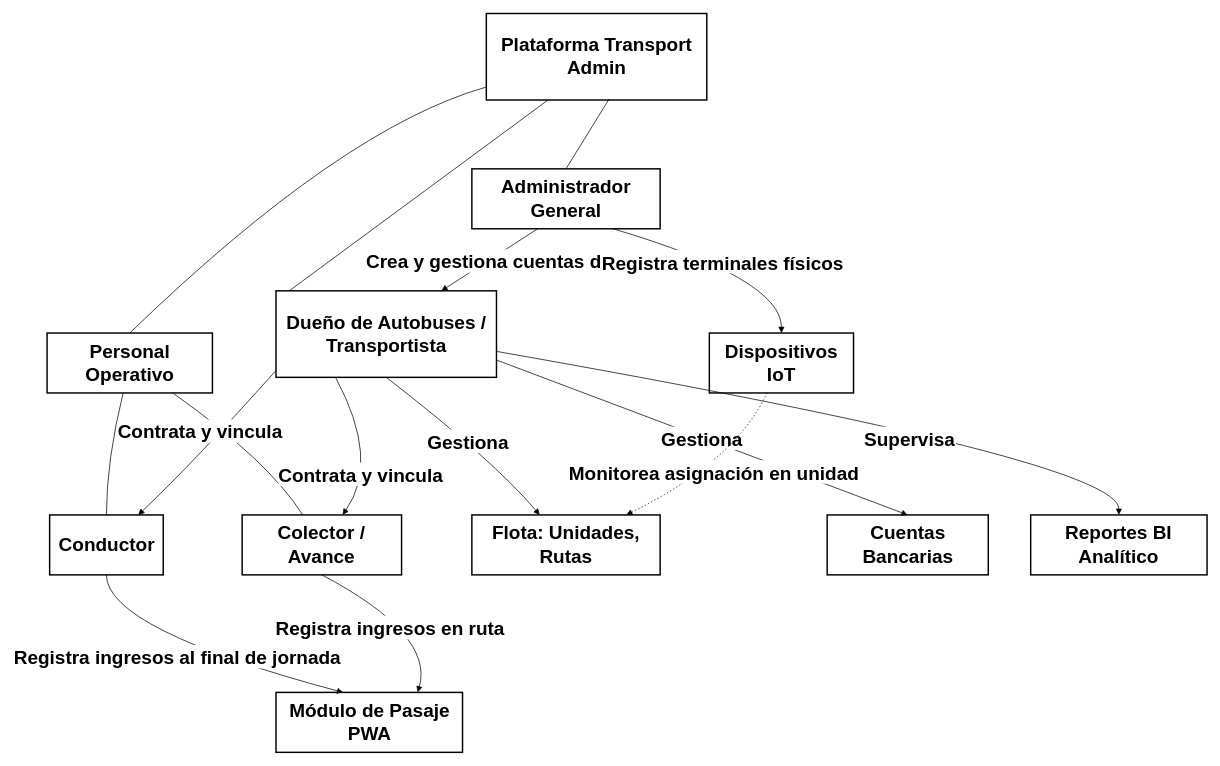
This is organigrama_usuarios.drawio from angelopol/transport-admin, a draw.io file, before an edit. Source tidied: cells renumbered, new cells numbered last; positions are measured from the earlier drawing's top-left corner, leaving out a move shared by most shapes. Both pictures are drawn from the tidied source at 73%, with x=0, y=0 at pixel (47, 13).
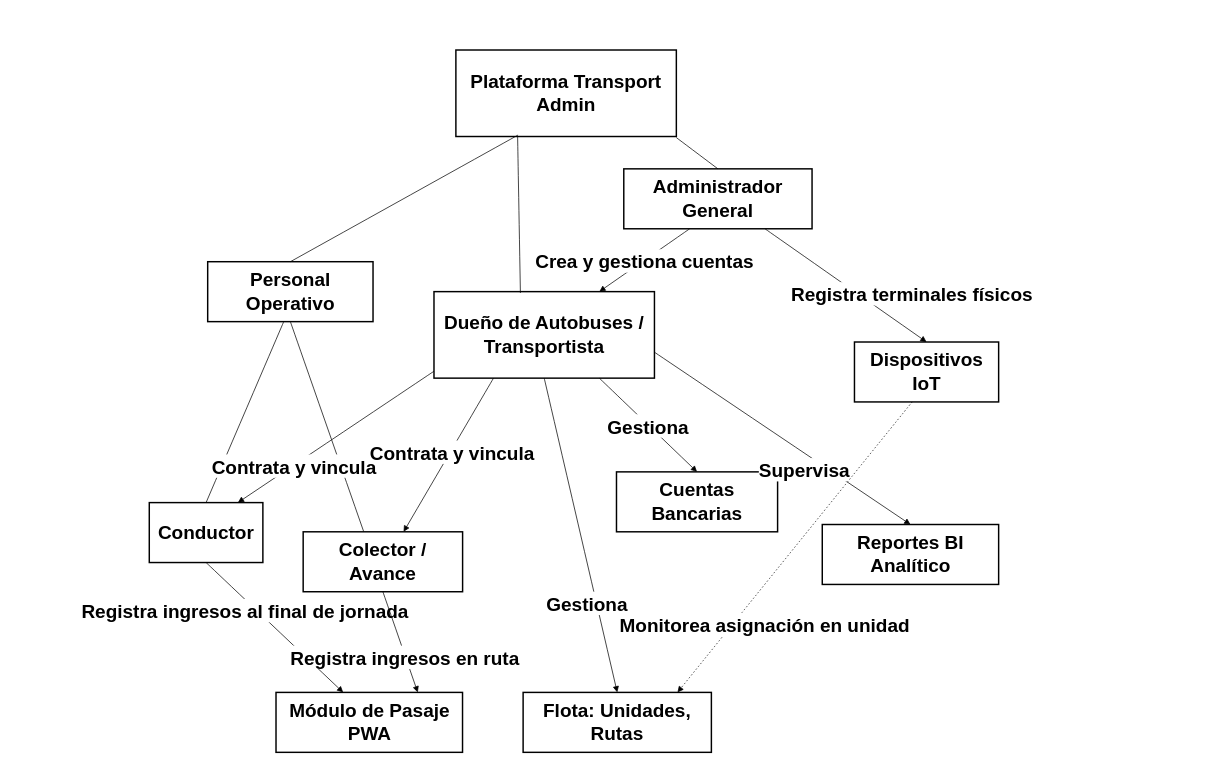
The same page after the edit.

The change refers to these unchanged cells:
```xml
<mxCell id="2" style="group;fontSize=26;fontStyle=1;" parent="1" vertex="1">
  <mxGeometry width="1589" height="1000" as="geometry" />
</mxCell>
<mxCell id="13" value="Módulo de Pasaje PWA" style="whiteSpace=wrap;strokeWidth=2;fontSize=26;fontStyle=1;" parent="2" vertex="1">
  <mxGeometry x="313.6" y="930" width="255.5" height="82.1" as="geometry" />
</mxCell>
```

Diff of the diagram source:
```diff
@@
     <mxCell id="3" value="Plataforma Transport Admin" style="whiteSpace=wrap;strokeWidth=2;fontSize=26;fontStyle=1;" parent="2" vertex="1">
-      <mxGeometry x="601.7" width="302" height="118.5" as="geometry" />
+      <mxGeometry x="560" y="50" width="302" height="118.5" as="geometry" />
     </mxCell>
     <mxCell id="4" value="Administrador General" style="whiteSpace=wrap;strokeWidth=2;fontSize=26;fontStyle=1;" parent="2" vertex="1">
-      <mxGeometry x="581.9" y="212.8" width="257.9" height="82.1" as="geometry" />
+      <mxGeometry x="790" y="212.8" width="257.9" height="82.1" as="geometry" />
     </mxCell>
     <mxCell id="5" value="Dueño de Autobuses / Transportista" style="whiteSpace=wrap;strokeWidth=2;fontSize=26;fontStyle=1;" parent="2" vertex="1">
-      <mxGeometry x="313.6" y="379.9" width="302" height="118.5" as="geometry" />
+      <mxGeometry x="530" y="381" width="302" height="118.5" as="geometry" />
     </mxCell>
     <mxCell id="6" value="Personal Operativo" style="whiteSpace=wrap;strokeWidth=2;fontSize=26;fontStyle=1;" parent="2" vertex="1">
-      <mxGeometry y="437.7" width="226.5" height="82.1" as="geometry" />
+      <mxGeometry x="220" y="340" width="226.5" height="82.1" as="geometry" />
     </mxCell>
     <mxCell id="7" value="Conductor" style="whiteSpace=wrap;strokeWidth=2;fontSize=26;fontStyle=1;" parent="2" vertex="1">
-      <mxGeometry x="3.5" y="686.9" width="155.6" height="82.1" as="geometry" />
+      <mxGeometry x="140" y="670" width="155.6" height="82.1" as="geometry" />
     </mxCell>
     <mxCell id="8" value="Colector / Avance" style="whiteSpace=wrap;strokeWidth=2;fontSize=26;fontStyle=1;" parent="2" vertex="1">
-      <mxGeometry x="267.2" y="686.9" width="218.4" height="82.1" as="geometry" />
+      <mxGeometry x="350.8" y="710" width="218.4" height="82.1" as="geometry" />
     </mxCell>
     <mxCell id="9" value="Dispositivos IoT" style="whiteSpace=wrap;strokeWidth=2;fontSize=26;fontStyle=1;" parent="2" vertex="1">
-      <mxGeometry x="907.2" y="437.7" width="197.5" height="82.1" as="geometry" />
+      <mxGeometry x="1106" y="450" width="197.5" height="82.1" as="geometry" />
     </mxCell>
     <mxCell id="10" value="Flota: Unidades, Rutas" style="whiteSpace=wrap;strokeWidth=2;fontSize=26;fontStyle=1;" parent="2" vertex="1">
-      <mxGeometry x="581.9" y="686.9" width="257.9" height="82.1" as="geometry" />
+      <mxGeometry x="652.1" y="930" width="257.9" height="82.1" as="geometry" />
     </mxCell>
     <mxCell id="11" value="Cuentas Bancarias" style="whiteSpace=wrap;strokeWidth=2;fontSize=26;fontStyle=1;" parent="2" vertex="1">
-      <mxGeometry x="1068.6" y="686.9" width="220.7" height="82.1" as="geometry" />
+      <mxGeometry x="780" y="627.9" width="220.7" height="82.1" as="geometry" />
     </mxCell>
     <mxCell id="12" value="Reportes BI Analítico" style="whiteSpace=wrap;strokeWidth=2;fontSize=26;fontStyle=1;" parent="2" vertex="1">
-      <mxGeometry x="1347.4" y="686.9" width="241.6" height="82.1" as="geometry" />
+      <mxGeometry x="1061.9" y="700" width="241.6" height="82.1" as="geometry" />
     </mxCell>
@@
-    <mxCell id="14" style="curved=1;startArrow=none;endArrow=none;exitX=0.557;exitY=0.989;entryX=0.5;entryY=0;rounded=0;exitDx=0;exitDy=0;exitPerimeter=0;fontSize=26;fontStyle=1;" parent="2" edge="1" source="3" target="4">
-      <mxGeometry relative="1" as="geometry" />
+    <mxCell id="14" style="curved=1;startArrow=none;endArrow=none;entryX=0.5;entryY=0;rounded=0;fontSize=26;fontStyle=1;" parent="2" edge="1" target="4">
+      <mxGeometry relative="1" as="geometry">
+        <mxPoint x="862" y="170" as="sourcePoint" />
+      </mxGeometry>
     </mxCell>
-    <mxCell id="15" style="curved=1;startArrow=none;endArrow=none;exitX=0.28;exitY=1;entryX=0.06;entryY=0;rounded=0;fontSize=26;fontStyle=1;" parent="2" edge="1" source="3" target="5">
+    <mxCell id="15" style="curved=1;startArrow=none;endArrow=none;exitX=0.28;exitY=1;rounded=0;fontSize=26;fontStyle=1;entryX=0.392;entryY=0.015;entryDx=0;entryDy=0;entryPerimeter=0;" parent="2" edge="1" source="3" target="5">
       <mxGeometry relative="1" as="geometry" />
     </mxCell>
-    <mxCell id="16" style="curved=1;startArrow=none;endArrow=none;exitX=0;exitY=0.85;entryX=0.5;entryY=0;rounded=0;fontSize=26;fontStyle=1;" parent="2" edge="1" source="3" target="6">
-      <mxGeometry relative="1" as="geometry">
-        <Array as="points">
-          <mxPoint x="404.2" y="156.5" />
-        </Array>
-      </mxGeometry>
+    <mxCell id="16" style="curved=1;startArrow=none;endArrow=none;exitX=0.282;exitY=0.983;entryX=0.5;entryY=0;rounded=0;fontSize=26;fontStyle=1;exitDx=0;exitDy=0;exitPerimeter=0;" parent="2" edge="1" source="3" target="6">
+      <mxGeometry relative="1" as="geometry" />
     </mxCell>
     <mxCell id="17" style="curved=1;startArrow=none;endArrow=none;exitX=0.46;exitY=1;entryX=0.5;entryY=0;rounded=0;fontSize=26;fontStyle=1;" parent="2" edge="1" source="6" target="7">
-      <mxGeometry relative="1" as="geometry">
-        <Array as="points">
-          <mxPoint x="81.3" y="612.5" />
-        </Array>
-      </mxGeometry>
+      <mxGeometry relative="1" as="geometry" />
     </mxCell>
-    <mxCell id="18" style="curved=1;startArrow=none;endArrow=none;exitX=0.76;exitY=1;entryX=0.38;entryY=0;rounded=0;fontSize=26;fontStyle=1;" parent="2" edge="1" source="6" target="8">
-      <mxGeometry relative="1" as="geometry">
-        <Array as="points">
-          <mxPoint x="303.2" y="612.5" />
-        </Array>
-      </mxGeometry>
+    <mxCell id="18" style="curved=1;startArrow=none;endArrow=none;exitX=0.5;exitY=1;entryX=0.38;entryY=0;rounded=0;fontSize=26;fontStyle=1;exitDx=0;exitDy=0;" parent="2" edge="1" source="6" target="8">
+      <mxGeometry relative="1" as="geometry" />
     </mxCell>
-    <mxCell id="19" value="Crea y gestiona cuentas de" style="curved=1;startArrow=none;endArrow=block;exitX=0.35;exitY=1;entryX=0.75;entryY=0;rounded=0;fontSize=26;fontStyle=1;" parent="2" edge="1" source="4" target="5">
+    <mxCell id="19" value="Crea y gestiona cuentas" style="curved=1;startArrow=none;endArrow=block;exitX=0.35;exitY=1;entryX=0.75;entryY=0;rounded=0;fontSize=26;fontStyle=1;" parent="2" edge="1" source="4" target="5">
       <mxGeometry relative="1" as="geometry" />
     </mxCell>
     <mxCell id="20" value="Registra terminales físicos" style="curved=1;startArrow=none;endArrow=block;exitX=0.75;exitY=1;entryX=0.5;entryY=0;rounded=0;fontSize=26;fontStyle=1;" parent="2" edge="1" source="4" target="9">
-      <mxGeometry relative="1" as="geometry">
-        <Array as="points">
-          <mxPoint x="1005.9" y="363.2" />
-        </Array>
+      <mxGeometry x="0.6" y="43" relative="1" as="geometry">
+        <mxPoint y="-1" as="offset" />
       </mxGeometry>
     </mxCell>
-    <mxCell id="21" value="Gestiona" style="curved=1;startArrow=none;endArrow=block;exitX=0.5;exitY=1;entryX=0.36;entryY=0;rounded=0;fontSize=26;fontStyle=1;" parent="2" edge="1" source="5" target="10">
-      <mxGeometry relative="1" as="geometry">
-        <Array as="points">
-          <mxPoint x="612.1" y="612.5" />
-        </Array>
+    <mxCell id="21" value="Gestiona" style="curved=1;startArrow=none;endArrow=block;exitX=0.5;exitY=1;entryX=0.5;entryY=0;rounded=0;fontSize=26;fontStyle=1;entryDx=0;entryDy=0;" parent="2" edge="1" source="5" target="10">
+      <mxGeometry x="0.41" y="-12" relative="1" as="geometry">
+        <mxPoint y="1" as="offset" />
       </mxGeometry>
     </mxCell>
-    <mxCell id="22" value="Gestiona" style="curved=1;startArrow=none;endArrow=block;exitX=1;exitY=0.8;entryX=0.5;entryY=0;rounded=0;fontSize=26;fontStyle=1;" parent="2" edge="1" source="5" target="11">
+    <mxCell id="22" value="Gestiona" style="curved=1;startArrow=none;endArrow=block;exitX=0.75;exitY=1;entryX=0.5;entryY=0;rounded=0;fontSize=26;fontStyle=1;exitDx=0;exitDy=0;" parent="2" edge="1" source="5" target="11">
       <mxGeometry relative="1" as="geometry" />
     </mxCell>
     <mxCell id="23" value="Contrata y vincula" style="curved=1;startArrow=none;endArrow=block;exitX=0;exitY=0.92;entryX=0.78;entryY=0;rounded=0;fontSize=26;fontStyle=1;" parent="2" edge="1" source="5" target="7">
-      <mxGeometry x="-0.05" y="-23" relative="1" as="geometry">
-        <Array as="points">
-          <mxPoint x="203.3" y="612.5" />
-        </Array>
-      </mxGeometry>
+      <mxGeometry x="0.43" y="1" relative="1" as="geometry" />
     </mxCell>
     <mxCell id="24" value="Contrata y vincula" style="curved=1;startArrow=none;endArrow=block;exitX=0.27;exitY=1;entryX=0.63;entryY=0;rounded=0;fontSize=26;fontStyle=1;" parent="2" edge="1" source="5" target="8">
-      <mxGeometry x="0.44" y="-12" relative="1" as="geometry">
-        <Array as="points">
-          <mxPoint x="456.5" y="612.5" />
-        </Array>
-      </mxGeometry>
+      <mxGeometry x="-0.06" y="2" relative="1" as="geometry" />
     </mxCell>
     <mxCell id="25" value="Supervisa" style="curved=1;startArrow=none;endArrow=block;exitX=1;exitY=0.7;entryX=0.5;entryY=0;rounded=0;fontSize=26;fontStyle=1;" parent="2" edge="1" source="5" target="12">
-      <mxGeometry x="0.23" y="-18" relative="1" as="geometry">
-        <Array as="points">
-          <mxPoint x="1468.2" y="612.5" />
-        </Array>
-      </mxGeometry>
+      <mxGeometry x="0.23" y="-18" relative="1" as="geometry" />
     </mxCell>
     <mxCell id="26" value="Registra ingresos al final de jornada" style="curved=1;startArrow=none;endArrow=block;exitX=0.5;exitY=1;entryX=0.36;entryY=0;rounded=0;fontSize=26;fontStyle=1;" parent="2" edge="1" source="7" target="13">
-      <mxGeometry x="-0.13" y="-10" relative="1" as="geometry">
-        <Array as="points">
-          <mxPoint x="81.3" y="843.5" />
-        </Array>
+      <mxGeometry x="-0.36" y="-11" relative="1" as="geometry">
+        <mxPoint x="1" as="offset" />
       </mxGeometry>
     </mxCell>
     <mxCell id="27" value="Registra ingresos en ruta" style="curved=1;startArrow=none;endArrow=block;exitX=0.5;exitY=1;entryX=0.76;entryY=0;rounded=0;fontSize=26;fontStyle=1;" parent="2" edge="1" source="8" target="13">
-      <mxGeometry x="-0.1" y="-19" relative="1" as="geometry">
-        <Array as="points">
-          <mxPoint x="530" y="850" />
-        </Array>
+      <mxGeometry x="0.27" relative="1" as="geometry">
+        <mxPoint y="1" as="offset" />
       </mxGeometry>
     </mxCell>
     <mxCell id="28" value="Monitorea asignación en unidad" style="curved=1;dashed=1;dashPattern=2 3;startArrow=none;endArrow=block;exitX=0.4;exitY=1;entryX=0.82;entryY=0;rounded=0;fontSize=26;fontStyle=1;" parent="2" edge="1" source="9" target="10">
-      <mxGeometry relative="1" as="geometry">
-        <Array as="points">
-          <mxPoint x="943.2" y="612.5" />
-        </Array>
-      </mxGeometry>
+      <mxGeometry x="0.42" y="34" relative="1" as="geometry" />
     </mxCell>
```
